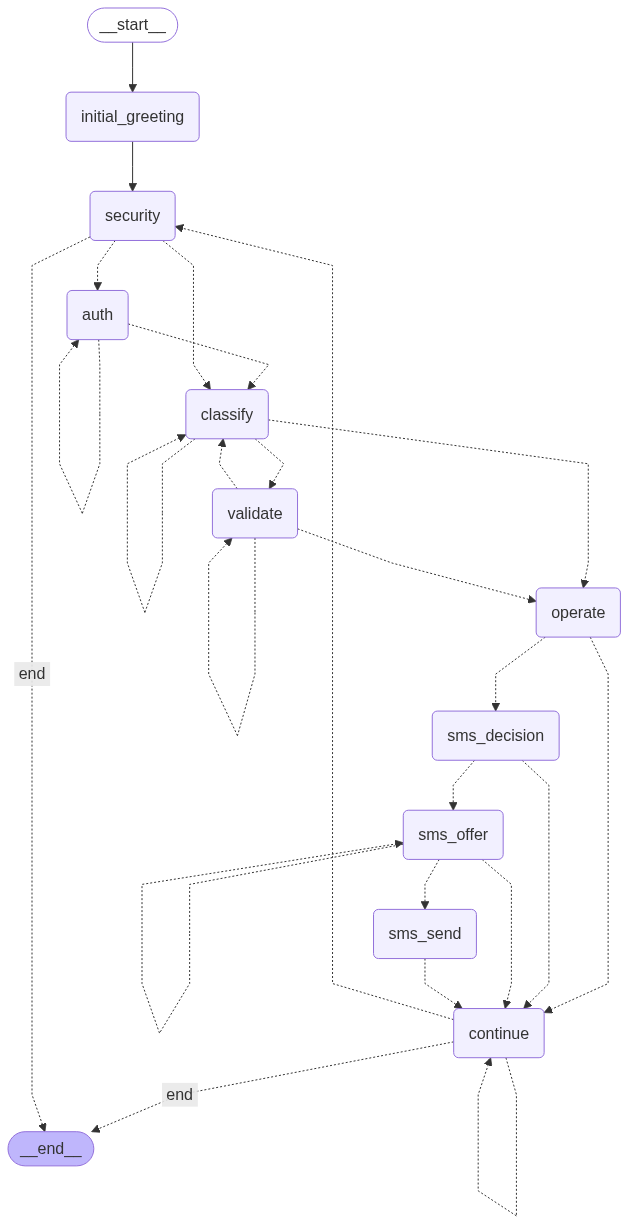
Earlier version of the Mermaid export turkcell_workflow.png (Abdurrahman-Wahdan/TDDI-TEKNOFEST). Its source is kept beside it as turkcell_workflow.mmd.
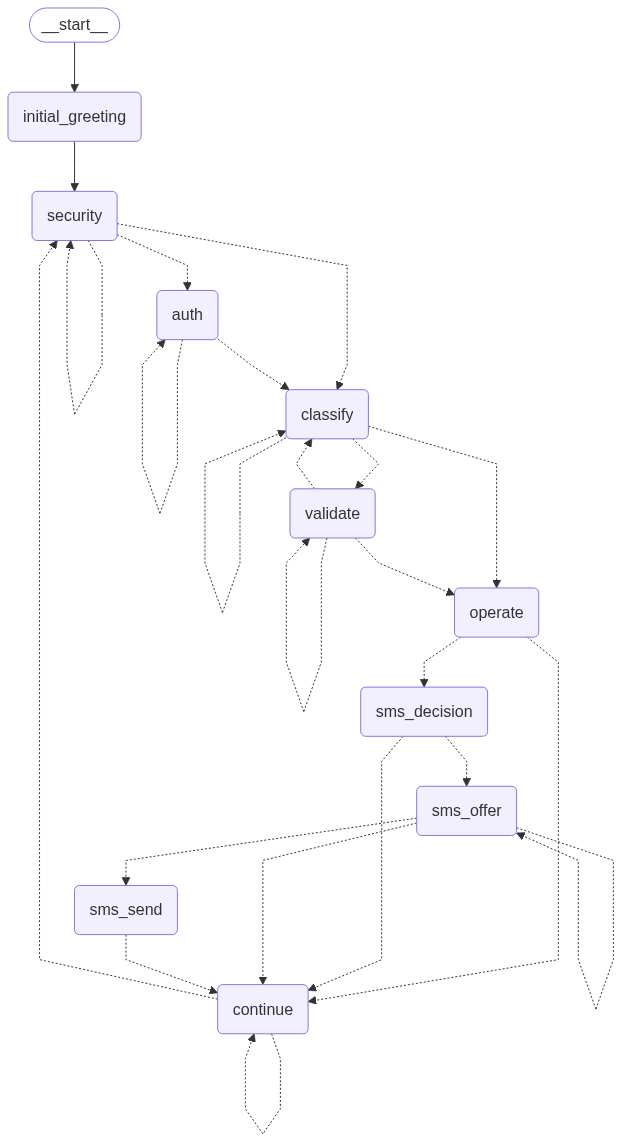
The same diagram one commit later.

Commit message:
Final Step workflow connections left

What changed in the source:
```diff
@@ -4,8 +4,7 @@
     curve: linear
 ---
 graph TD;
-	__start__([<p>__start__</p>]):::first
-	initial_greeting(initial_greeting)
+	__start__(<p>__start__</p>)
 	security(security)
 	auth(auth)
 	classify(classify)
@@ -15,31 +14,34 @@
 	sms_offer(sms_offer)
 	sms_send(sms_send)
 	continue(continue)
-	__end__([<p>__end__</p>]):::last
-	__start__ --> initial_greeting;
+	wait_for_input(wait_for_input)
+	end(end)
+	__end__(<p>__end__</p>)
+	__start__ --> security;
+	security -.-> auth;
+	security -.-> classify;
+	security -. &nbsp;end&nbsp; .-> end;
 	auth -.-> classify;
-	classify -.-> operate;
+	auth -.-> wait_for_input;
 	classify -.-> validate;
-	continue -. &nbsp;end&nbsp; .-> __end__;
-	continue -.-> security;
-	initial_greeting --> security;
+	classify -.-> wait_for_input;
+	classify -.-> continue;
+	validate -.-> operate;
+	validate -.-> wait_for_input;
 	operate -.-> continue;
 	operate -.-> sms_decision;
-	security -. &nbsp;end&nbsp; .-> __end__;
-	security -.-> auth;
-	security -.-> classify;
+	sms_decision -.-> sms_offer;
 	sms_decision -.-> continue;
-	sms_decision -.-> sms_offer;
-	sms_offer -.-> continue;
-	sms_offer -.-> sms_send;
+	sms_offer -.-> wait_for_input;
 	sms_send -.-> continue;
-	validate -.-> classify;
-	validate -.-> operate;
-	auth -.-> auth;
-	classify -.-> classify;
-	continue -.-> continue;
-	sms_offer -.-> sms_offer;
-	validate -.-> validate;
+	continue -.-> wait_for_input;
+	continue -. &nbsp;end&nbsp; .-> __end__;
+	wait_for_input -.-> security;
+	wait_for_input -.-> auth;
+	wait_for_input -.-> classify;
+	wait_for_input -.-> operate;
+	wait_for_input -.-> sms_send;
+	operate -.-> operate;
 	classDef default fill:#f2f0ff,line-height:1.2
 	classDef first fill-opacity:0
 	classDef last fill:#bfb6fc
```
